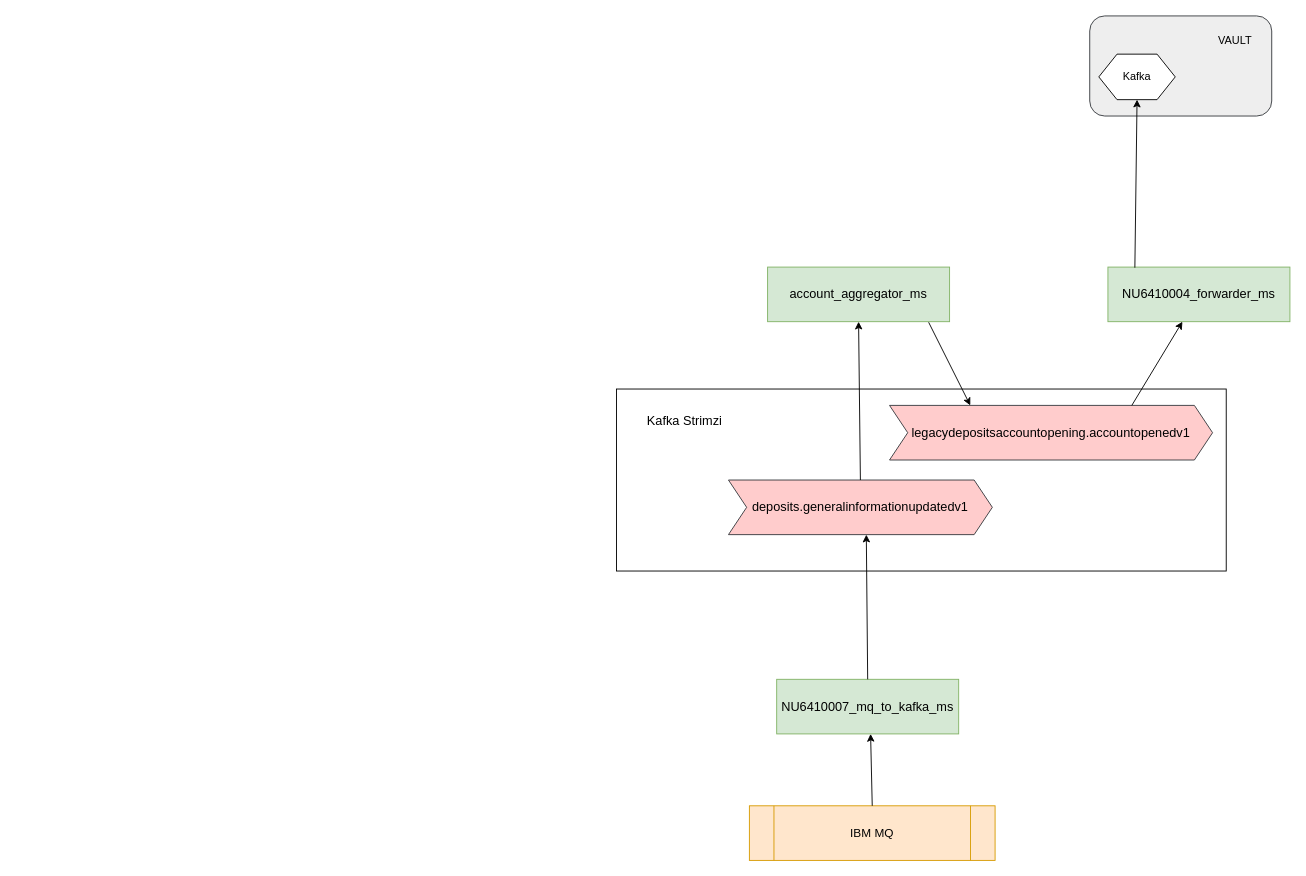
This is QM_actual.drawio from rdlarosa2/x4, a draw.io file, before an edit. Source tidied: cells renumbered, new cells numbered last; positions are measured from the earlier drawing's top-left corner, leaving out a move shared by most shapes. Both pictures are drawn from the tidied source at 91%, with x=0, y=0 at pixel (616, 15). Pictures stored in the file or linked from it are replaced by grey dashed boxes.
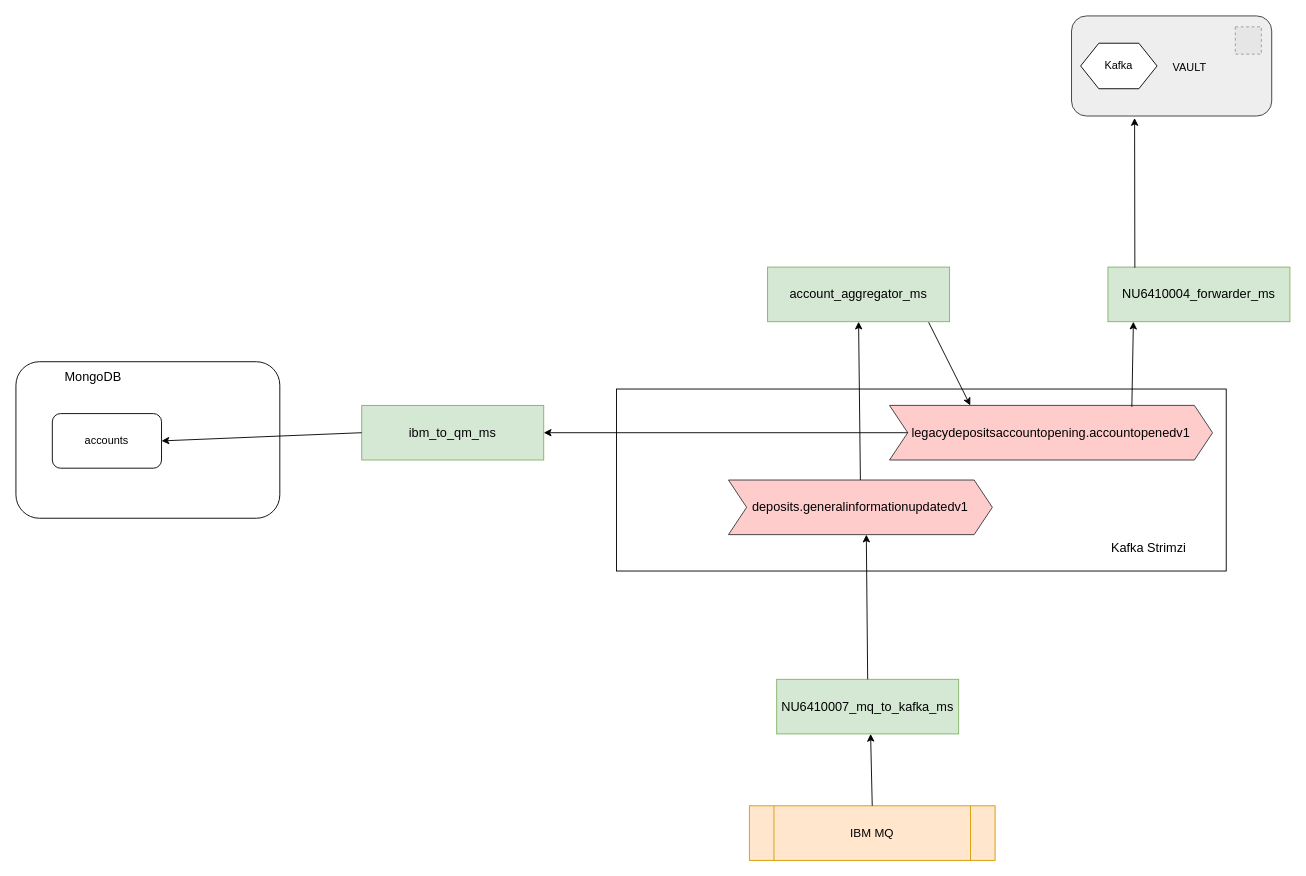
The same diagram, later.

Unchanged cells that the change refers to:
```xml
<mxCell id="11" value="&lt;span style=&quot;font-size: 14px; background-color: transparent; color: light-dark(rgb(0, 0, 0), rgb(255, 255, 255));&quot;&gt;legacydepositsaccountopening.accountopenedv1&lt;/span&gt;" style="shape=step;perimeter=stepPerimeter;whiteSpace=wrap;html=1;shapeInside=1;fixedSize=1;fillColor=#ffcccc;strokeColor=#36393d;" parent="1" vertex="1">
  <mxGeometry x="300" y="428" width="355" height="60" as="geometry" />
</mxCell>
<mxCell id="16" value="&lt;font style=&quot;font-size: 14px;&quot;&gt;NU6410004_forwarder_ms&lt;/font&gt;" style="rounded=0;whiteSpace=wrap;html=1;fillColor=#d5e8d4;strokeColor=#82b366;" parent="1" vertex="1">
  <mxGeometry x="540" y="276" width="200" height="60" as="geometry" />
</mxCell>
```

What changed in the source:
```diff
@@
     <mxCell id="4" value="&lt;font style=&quot;font-size: 14px;&quot;&gt;Kafka Strimzi&lt;/font&gt;" style="text;html=1;whiteSpace=wrap;strokeColor=none;fillColor=none;align=center;verticalAlign=middle;rounded=0;" parent="1" vertex="1">
-      <mxGeometry y="430" width="150" height="30" as="geometry" />
+      <mxGeometry x="510" y="570" width="150" height="30" as="geometry" />
     </mxCell>
@@
     <mxCell id="13" style="rounded=1;whiteSpace=wrap;html=1;fillColor=#eeeeee;strokeColor=#36393d;" parent="1" vertex="1">
-      <mxGeometry x="520" width="200" height="110" as="geometry" />
+      <mxGeometry x="500" width="220" height="110" as="geometry" />
     </mxCell>
     <mxCell id="14" value="Kafka" style="shape=hexagon;perimeter=hexagonPerimeter2;whiteSpace=wrap;html=1;shapeInside=1;fixedSize=1;" parent="1" vertex="1">
-      <mxGeometry x="530" y="42" width="84" height="50" as="geometry" />
+      <mxGeometry x="510" y="30" width="84" height="50" as="geometry" />
     </mxCell>
     <mxCell id="15" value="VAULT" style="text;html=1;whiteSpace=wrap;strokeColor=none;fillColor=none;align=center;verticalAlign=middle;rounded=0;" parent="1" vertex="1">
-      <mxGeometry x="650" y="12" width="60" height="30" as="geometry" />
+      <mxGeometry x="600" y="42" width="60" height="30" as="geometry" />
     </mxCell>
@@
-    <mxCell id="17" style="endArrow=classic;html=1;rounded=0;exitX=0.75;exitY=0;exitDx=0;exitDy=0;" parent="1" edge="1" source="11" target="16">
-      <mxGeometry relative="1" as="geometry" />
+    <mxCell id="17" style="endArrow=classic;html=1;rounded=0;exitX=0.812;exitY=0.026;exitDx=0;exitDy=0;entryX=0.25;entryY=1;entryDx=0;entryDy=0;exitPerimeter=0;" parent="1" edge="1">
+      <mxGeometry relative="1" as="geometry">
+        <mxPoint x="566.3" y="429.6" as="sourcePoint" />
+        <mxPoint x="568" y="336" as="targetPoint" />
+      </mxGeometry>
     </mxCell>
-    <mxCell id="18" style="endArrow=classic;html=1;rounded=0;exitX=0.148;exitY=0.011;exitDx=0;exitDy=0;entryX=0.5;entryY=1;entryDx=0;entryDy=0;exitPerimeter=0;" parent="1" edge="1" source="16" target="14">
+    <mxCell id="18" style="endArrow=classic;html=1;rounded=0;exitX=0.148;exitY=0.011;exitDx=0;exitDy=0;entryX=0.315;entryY=1.02;entryDx=0;entryDy=0;exitPerimeter=0;entryPerimeter=0;" parent="1" edge="1" source="16" target="13">
       <mxGeometry relative="1" as="geometry" />
     </mxCell>
+    <mxCell id="19" value="&lt;font style=&quot;font-size: 14px;&quot;&gt;ibm_to_qm_ms&lt;/font&gt;" style="rounded=0;whiteSpace=wrap;html=1;fillColor=#d5e8d4;strokeColor=#82b366;" parent="1" vertex="1">
+      <mxGeometry x="-280" y="428" width="200" height="60" as="geometry" />
+    </mxCell>
+    <mxCell id="20" style="rounded=1;whiteSpace=wrap;html=1;" parent="1" vertex="1">
+      <mxGeometry x="-660" y="380" width="290" height="172" as="geometry" />
+    </mxCell>
+    <mxCell id="21" value="accounts" style="rounded=1;whiteSpace=wrap;html=1;" parent="1" vertex="1">
+      <mxGeometry x="-620" y="437" width="120" height="60" as="geometry" />
+    </mxCell>
+    <mxCell id="22" style="endArrow=classic;html=1;rounded=0;exitX=0;exitY=0.5;exitDx=0;exitDy=0;entryX=1;entryY=0.5;entryDx=0;entryDy=0;" parent="1" edge="1" source="19" target="21">
+      <mxGeometry relative="1" as="geometry" />
+    </mxCell>
+    <mxCell id="23" value="&lt;font style=&quot;font-size: 14px;&quot;&gt;MongoDB&lt;/font&gt;" style="text;html=1;whiteSpace=wrap;strokeColor=none;fillColor=none;align=center;verticalAlign=middle;rounded=0;" parent="1" vertex="1">
+      <mxGeometry x="-650" y="382" width="150" height="30" as="geometry" />
+    </mxCell>
+    <mxCell id="24" style="fillColor=#E6E6E6;strokeColor=#999999;dashed=1;verticalLabelPosition=bottom;labelBackgroundColor=default;verticalAlign=top;" parent="1" vertex="1">
+      <mxGeometry x="680" y="12" width="28.6" height="30" as="geometry" />
+    </mxCell>
+    <mxCell id="25" style="endArrow=classic;html=1;rounded=0;exitX=0;exitY=0.5;exitDx=0;exitDy=0;entryX=1;entryY=0.5;entryDx=0;entryDy=0;" parent="1" edge="1" source="11" target="19">
+      <mxGeometry relative="1" as="geometry" />
+    </mxCell>
```
